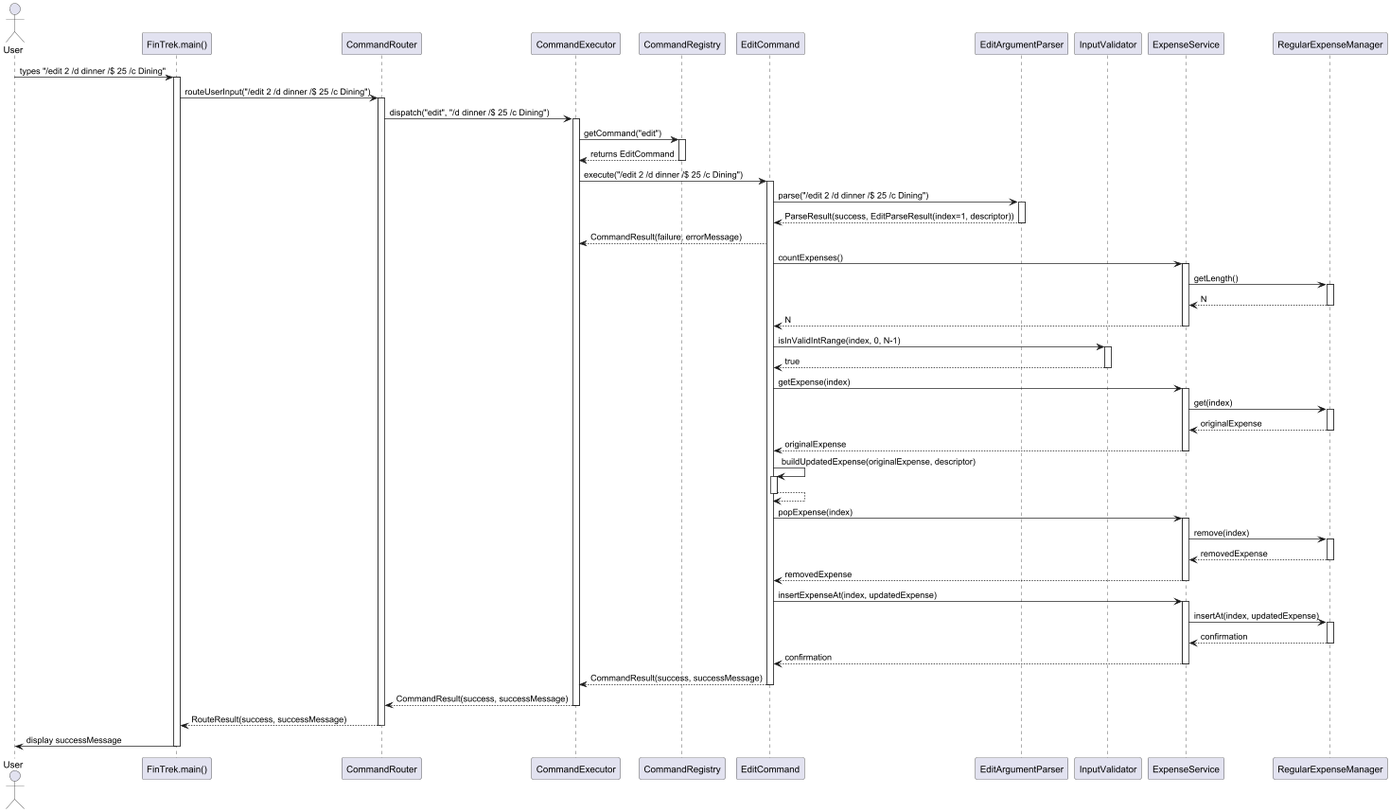
The PlantUML diagram docs/diagrams/sequence/editCommand.png in randust/tp, before a commit.
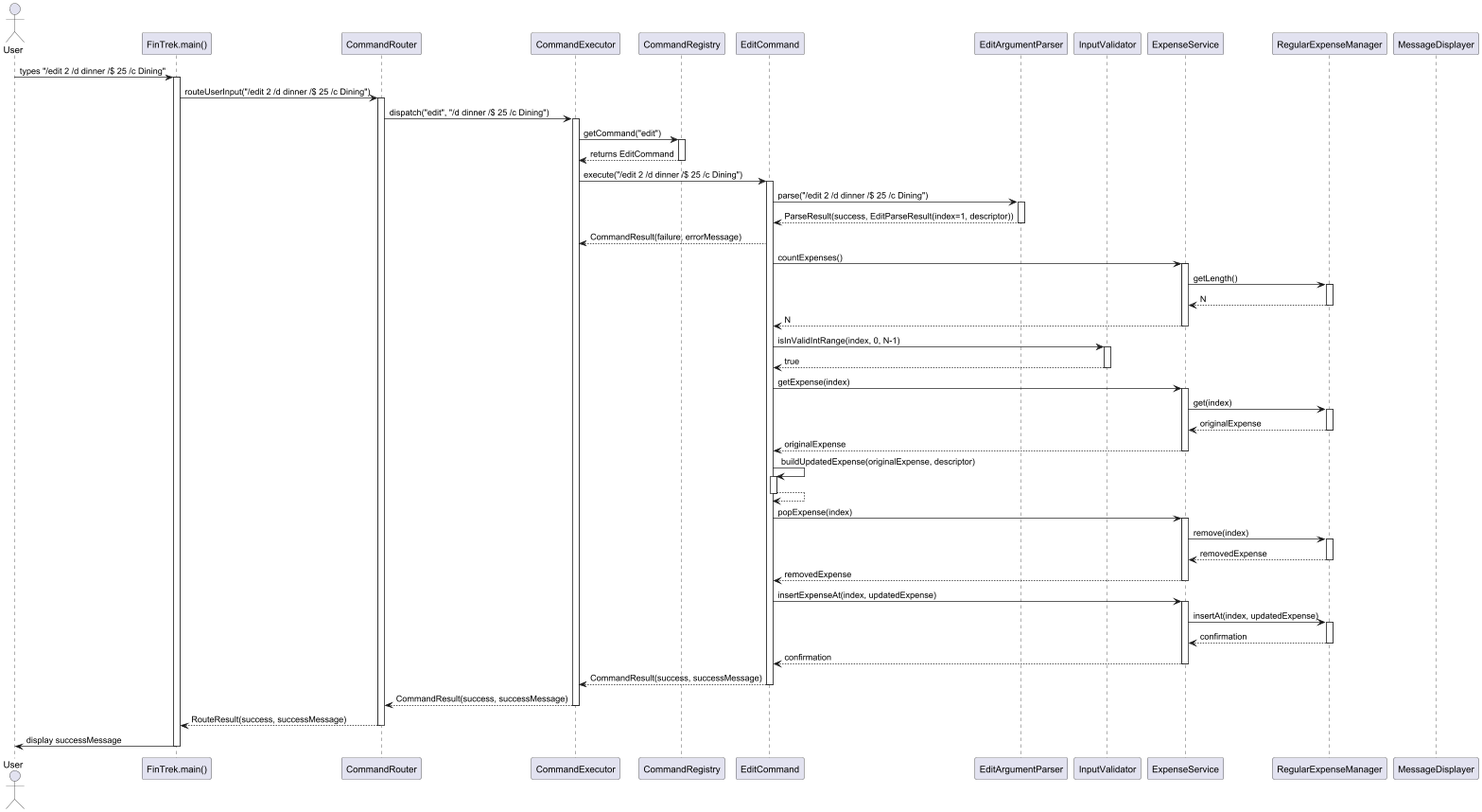
The same file after the commit.

The edit, as a diff of the source:
```diff
@@ -9,6 +9,7 @@
 participant "InputValidator" as Validator
 participant "ExpenseService" as ExpenseSvc
 participant "RegularExpenseManager" as RegExpMgr
+participant "MessageDisplayer" as MsgDis
 
 User -> FinTrek : types "/edit 2 /d dinner /$ 25 /c Dining"
 activate FinTrek
```
